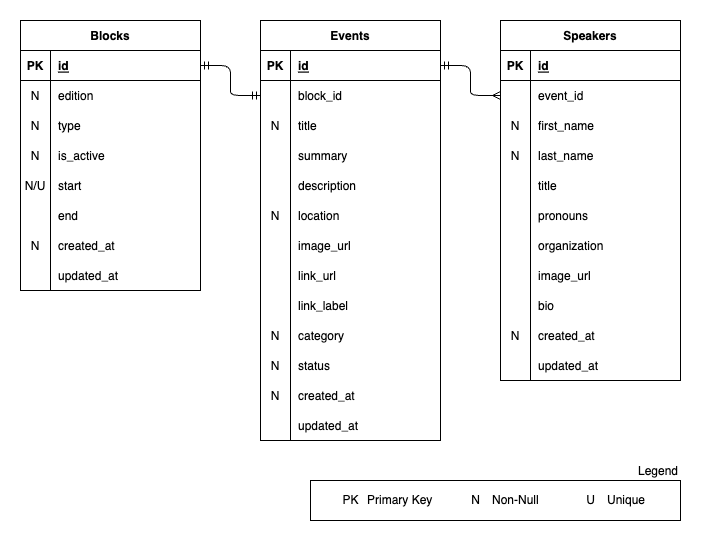
The draw.io diagram docs/FIG02_database.drawio.png in lloydrichards/proj_outlier-microfrontend, before a commit. Source tidied: cells renumbered, new cells last; positions are measured from the earlier drawing's top-left corner, leaving out a move shared by most shapes.
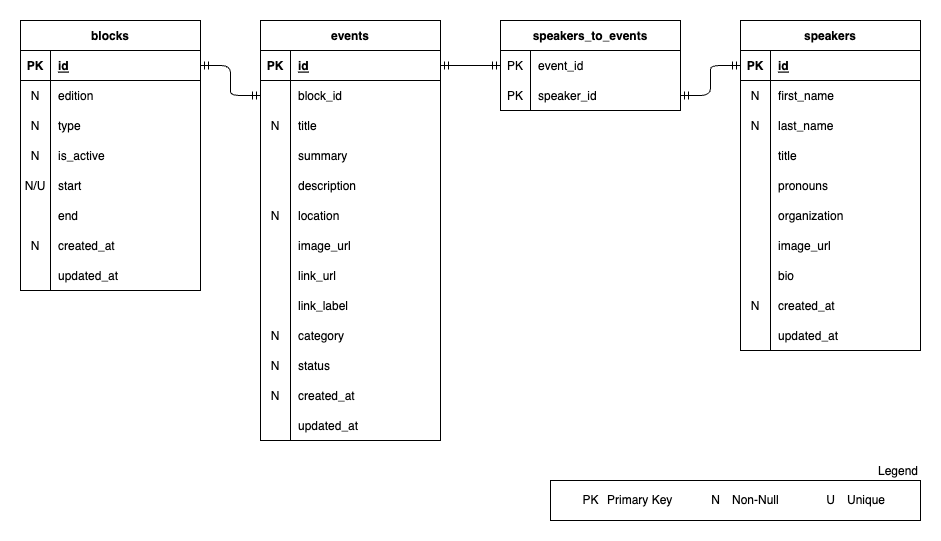
The same diagram one commit later.

Commit message:
docs(db): :memo: update database schema figure

Change to the diagram source:
```diff
@@ -3,9 +3,9 @@
     <mxCell id="0" />
     <mxCell id="1" parent="0" />
     <mxCell id="2" style="whiteSpace=wrap;html=1;strokeColor=none;" parent="1" vertex="1">
-      <mxGeometry width="700" height="540" as="geometry" />
+      <mxGeometry width="940" height="540" as="geometry" />
     </mxCell>
-    <mxCell id="3" value="Blocks" style="shape=table;startSize=30;rowLines=0;fontStyle=1;align=center;" parent="1" vertex="1">
+    <mxCell id="3" value="blocks" style="shape=table;startSize=30;rowLines=0;fontStyle=1;align=center;" parent="1" vertex="1">
       <mxGeometry x="20" y="20" width="180" height="270" as="geometry" />
     </mxCell>
     <mxCell id="4" style="shape=tableRow;horizontal=0;startSize=0;swimlaneHead=0;swimlaneBody=0;fillColor=none;points=[[0,0.5],[1,0.5]];portConstraint=eastwest;top=0;left=0;right=0;bottom=1;" parent="3" vertex="1">
@@ -80,7 +80,7 @@
     <mxCell id="27" value="updated_at" style="shape=partialRectangle;fillColor=none;top=0;left=0;bottom=0;right=0;align=left;spacingLeft=6;overflow=hidden;" parent="25" vertex="1">
       <mxGeometry x="30" width="150" height="30" as="geometry" />
     </mxCell>
-    <mxCell id="28" value="Events" style="shape=table;startSize=30;rowLines=0;fontStyle=1;align=center;" parent="1" vertex="1">
+    <mxCell id="28" value="events" style="shape=table;startSize=30;rowLines=0;fontStyle=1;align=center;" parent="1" vertex="1">
       <mxGeometry x="260" y="20" width="180" height="420" as="geometry" />
     </mxCell>
     <mxCell id="29" style="shape=tableRow;horizontal=0;startSize=0;swimlaneHead=0;swimlaneBody=0;fillColor=none;points=[[0,0.5],[1,0.5]];portConstraint=eastwest;top=0;left=0;right=0;bottom=1;" parent="28" vertex="1">
@@ -200,8 +200,8 @@
     <mxCell id="67" value="updated_at" style="shape=partialRectangle;fillColor=none;top=0;left=0;bottom=0;right=0;align=left;spacingLeft=6;overflow=hidden;" parent="65" vertex="1">
       <mxGeometry x="30" width="150" height="30" as="geometry" />
     </mxCell>
-    <mxCell id="68" value="Speakers" style="shape=table;startSize=30;rowLines=0;fontStyle=1;align=center;" parent="1" vertex="1">
-      <mxGeometry x="500" y="20" width="180" height="360" as="geometry" />
+    <mxCell id="68" value="speakers" style="shape=table;startSize=30;rowLines=0;fontStyle=1;align=center;" parent="1" vertex="1">
+      <mxGeometry x="740" y="20" width="180" height="330" as="geometry" />
     </mxCell>
     <mxCell id="69" style="shape=tableRow;horizontal=0;startSize=0;swimlaneHead=0;swimlaneBody=0;fillColor=none;points=[[0,0.5],[1,0.5]];portConstraint=eastwest;top=0;left=0;right=0;bottom=1;" parent="68" vertex="1">
       <mxGeometry y="30" width="180" height="30" as="geometry" />
@@ -212,17 +212,8 @@
     <mxCell id="71" value="id" style="shape=partialRectangle;fillColor=none;top=0;left=0;bottom=0;right=0;align=left;spacingLeft=6;fontStyle=5;overflow=hidden;" parent="69" vertex="1">
       <mxGeometry x="30" width="150" height="30" as="geometry" />
     </mxCell>
-    <mxCell id="72" style="shape=tableRow;horizontal=0;startSize=0;swimlaneHead=0;swimlaneBody=0;fillColor=none;points=[[0,0.5],[1,0.5]];portConstraint=eastwest;top=0;left=0;right=0;bottom=0;" parent="68" vertex="1">
-      <mxGeometry y="60" width="180" height="30" as="geometry" />
-    </mxCell>
-    <mxCell id="73" style="shape=partialRectangle;fillColor=none;top=0;left=0;bottom=0;right=0;overflow=hidden;" parent="72" vertex="1">
-      <mxGeometry width="30" height="30" as="geometry" />
-    </mxCell>
-    <mxCell id="74" value="event_id" style="shape=partialRectangle;fillColor=none;top=0;left=0;bottom=0;right=0;align=left;spacingLeft=6;overflow=hidden;" parent="72" vertex="1">
-      <mxGeometry x="30" width="150" height="30" as="geometry" />
-    </mxCell>
     <mxCell id="75" style="shape=tableRow;horizontal=0;startSize=0;swimlaneHead=0;swimlaneBody=0;fillColor=none;top=0;left=0;right=0;bottom=0;" parent="68" vertex="1">
-      <mxGeometry y="90" width="180" height="30" as="geometry" />
+      <mxGeometry y="60" width="180" height="30" as="geometry" />
     </mxCell>
     <mxCell id="76" value="N" style="shape=partialRectangle;fillColor=none;top=0;left=0;bottom=0;right=0;overflow=hidden;" parent="75" vertex="1">
       <mxGeometry width="30" height="30" as="geometry" />
@@ -231,7 +222,7 @@
       <mxGeometry x="30" width="150" height="30" as="geometry" />
     </mxCell>
     <mxCell id="78" style="shape=tableRow;horizontal=0;startSize=0;swimlaneHead=0;swimlaneBody=0;fillColor=none;top=0;left=0;right=0;bottom=0;" parent="68" vertex="1">
-      <mxGeometry y="120" width="180" height="30" as="geometry" />
+      <mxGeometry y="90" width="180" height="30" as="geometry" />
     </mxCell>
     <mxCell id="79" value="N" style="shape=partialRectangle;fillColor=none;top=0;left=0;bottom=0;right=0;overflow=hidden;" parent="78" vertex="1">
       <mxGeometry width="30" height="30" as="geometry" />
@@ -240,7 +231,7 @@
       <mxGeometry x="30" width="150" height="30" as="geometry" />
     </mxCell>
     <mxCell id="81" style="shape=tableRow;horizontal=0;startSize=0;swimlaneHead=0;swimlaneBody=0;fillColor=none;top=0;left=0;right=0;bottom=0;" parent="68" vertex="1">
-      <mxGeometry y="150" width="180" height="30" as="geometry" />
+      <mxGeometry y="120" width="180" height="30" as="geometry" />
     </mxCell>
     <mxCell id="82" style="shape=partialRectangle;fillColor=none;top=0;left=0;bottom=0;right=0;overflow=hidden;" parent="81" vertex="1">
       <mxGeometry width="30" height="30" as="geometry" />
@@ -249,7 +240,7 @@
       <mxGeometry x="30" width="150" height="30" as="geometry" />
     </mxCell>
     <mxCell id="84" style="shape=tableRow;horizontal=0;startSize=0;swimlaneHead=0;swimlaneBody=0;fillColor=none;top=0;left=0;right=0;bottom=0;" parent="68" vertex="1">
-      <mxGeometry y="180" width="180" height="30" as="geometry" />
+      <mxGeometry y="150" width="180" height="30" as="geometry" />
     </mxCell>
     <mxCell id="85" style="shape=partialRectangle;fillColor=none;top=0;left=0;bottom=0;right=0;overflow=hidden;" parent="84" vertex="1">
       <mxGeometry width="30" height="30" as="geometry" />
@@ -258,7 +249,7 @@
       <mxGeometry x="30" width="150" height="30" as="geometry" />
     </mxCell>
     <mxCell id="87" style="shape=tableRow;horizontal=0;startSize=0;swimlaneHead=0;swimlaneBody=0;fillColor=none;top=0;left=0;right=0;bottom=0;" parent="68" vertex="1">
-      <mxGeometry y="210" width="180" height="30" as="geometry" />
+      <mxGeometry y="180" width="180" height="30" as="geometry" />
     </mxCell>
     <mxCell id="88" style="shape=partialRectangle;fillColor=none;top=0;left=0;bottom=0;right=0;overflow=hidden;" parent="87" vertex="1">
       <mxGeometry width="30" height="30" as="geometry" />
@@ -267,7 +258,7 @@
       <mxGeometry x="30" width="150" height="30" as="geometry" />
     </mxCell>
     <mxCell id="90" style="shape=tableRow;horizontal=0;startSize=0;swimlaneHead=0;swimlaneBody=0;fillColor=none;top=0;left=0;right=0;bottom=0;" parent="68" vertex="1">
-      <mxGeometry y="240" width="180" height="30" as="geometry" />
+      <mxGeometry y="210" width="180" height="30" as="geometry" />
     </mxCell>
     <mxCell id="91" style="shape=partialRectangle;fillColor=none;top=0;left=0;bottom=0;right=0;overflow=hidden;" parent="90" vertex="1">
       <mxGeometry width="30" height="30" as="geometry" />
@@ -276,7 +267,7 @@
       <mxGeometry x="30" width="150" height="30" as="geometry" />
     </mxCell>
     <mxCell id="93" style="shape=tableRow;horizontal=0;startSize=0;swimlaneHead=0;swimlaneBody=0;fillColor=none;top=0;left=0;right=0;bottom=0;" parent="68" vertex="1">
-      <mxGeometry y="270" width="180" height="30" as="geometry" />
+      <mxGeometry y="240" width="180" height="30" as="geometry" />
     </mxCell>
     <mxCell id="94" style="shape=partialRectangle;fillColor=none;top=0;left=0;bottom=0;right=0;overflow=hidden;" parent="93" vertex="1">
       <mxGeometry width="30" height="30" as="geometry" />
@@ -285,7 +276,7 @@
       <mxGeometry x="30" width="150" height="30" as="geometry" />
     </mxCell>
     <mxCell id="96" style="shape=tableRow;horizontal=0;startSize=0;swimlaneHead=0;swimlaneBody=0;fillColor=none;top=0;left=0;right=0;bottom=0;" parent="68" vertex="1">
-      <mxGeometry y="300" width="180" height="30" as="geometry" />
+      <mxGeometry y="270" width="180" height="30" as="geometry" />
     </mxCell>
     <mxCell id="97" value="N" style="shape=partialRectangle;fillColor=none;top=0;left=0;bottom=0;right=0;overflow=hidden;" parent="96" vertex="1">
       <mxGeometry width="30" height="30" as="geometry" />
@@ -294,7 +285,7 @@
       <mxGeometry x="30" width="150" height="30" as="geometry" />
     </mxCell>
     <mxCell id="99" style="shape=tableRow;horizontal=0;startSize=0;swimlaneHead=0;swimlaneBody=0;fillColor=none;top=0;left=0;right=0;bottom=0;" parent="68" vertex="1">
-      <mxGeometry y="330" width="180" height="30" as="geometry" />
+      <mxGeometry y="300" width="180" height="30" as="geometry" />
     </mxCell>
     <mxCell id="100" style="shape=partialRectangle;fillColor=none;top=0;left=0;bottom=0;right=0;overflow=hidden;" parent="99" vertex="1">
       <mxGeometry width="30" height="30" as="geometry" />
@@ -305,11 +296,8 @@
     <mxCell id="102" style="edgeStyle=entityRelationEdgeStyle;fontSize=12;html=1;endArrow=ERmandOne;startArrow=ERmandOne;" parent="1" edge="1" source="4" target="32">
       <mxGeometry relative="1" as="geometry" />
     </mxCell>
-    <mxCell id="103" style="edgeStyle=entityRelationEdgeStyle;fontSize=12;html=1;endArrow=ERmany;startArrow=ERmandOne;endFill=0;" parent="1" edge="1" source="29" target="72">
-      <mxGeometry relative="1" as="geometry" />
-    </mxCell>
     <mxCell id="104" style="group;" parent="1" vertex="1">
-      <mxGeometry x="310" y="480" width="370" height="40" as="geometry" />
+      <mxGeometry x="550" y="480" width="370" height="40" as="geometry" />
     </mxCell>
     <mxCell id="105" value="Legend" style="whiteSpace=wrap;html=1;labelPosition=center;verticalLabelPosition=top;align=right;verticalAlign=bottom;" parent="104" vertex="1">
       <mxGeometry width="370" height="40" as="geometry" />
@@ -332,5 +320,32 @@
     <mxCell id="111" value="Unique" style="text;html=1;align=left;verticalAlign=middle;strokeColor=none;fillColor=none;" parent="104" vertex="1">
       <mxGeometry x="295" y="5" width="60" height="30" as="geometry" />
     </mxCell>
+    <mxCell id="112" value="speakers_to_events" style="shape=table;startSize=30;rowLines=0;fontStyle=1;align=center;" parent="1" vertex="1">
+      <mxGeometry x="500" y="20" width="180" height="90" as="geometry" />
+    </mxCell>
+    <mxCell id="113" style="shape=tableRow;horizontal=0;startSize=0;swimlaneHead=0;swimlaneBody=0;fillColor=none;points=[[0,0.5],[1,0.5]];portConstraint=eastwest;top=0;left=0;right=0;bottom=0;" parent="112" vertex="1">
+      <mxGeometry y="30" width="180" height="30" as="geometry" />
+    </mxCell>
+    <mxCell id="114" value="PK" style="shape=partialRectangle;fillColor=none;top=0;left=0;bottom=0;right=0;overflow=hidden;" parent="113" vertex="1">
+      <mxGeometry width="30" height="30" as="geometry" />
+    </mxCell>
+    <mxCell id="74" value="event_id" style="shape=partialRectangle;fillColor=none;top=0;left=0;bottom=0;right=0;align=left;spacingLeft=6;overflow=hidden;" parent="113" vertex="1">
+      <mxGeometry x="30" width="150" height="30" as="geometry" />
+    </mxCell>
+    <mxCell id="72" style="shape=tableRow;horizontal=0;startSize=0;swimlaneHead=0;swimlaneBody=0;fillColor=none;points=[[0,0.5],[1,0.5]];portConstraint=eastwest;top=0;left=0;right=0;bottom=0;" parent="112" vertex="1">
+      <mxGeometry y="60" width="180" height="30" as="geometry" />
+    </mxCell>
+    <mxCell id="115" value="PK" style="shape=partialRectangle;fillColor=none;top=0;left=0;bottom=0;right=0;overflow=hidden;" parent="72" vertex="1">
+      <mxGeometry width="30" height="30" as="geometry" />
+    </mxCell>
+    <mxCell id="116" value="speaker_id" style="shape=partialRectangle;fillColor=none;top=0;left=0;bottom=0;right=0;align=left;spacingLeft=6;overflow=hidden;" parent="72" vertex="1">
+      <mxGeometry x="30" width="150" height="30" as="geometry" />
+    </mxCell>
+    <mxCell id="117" style="edgeStyle=entityRelationEdgeStyle;fontSize=12;html=1;endArrow=ERmandOne;startArrow=ERmandOne;" parent="1" edge="1" source="29" target="113">
+      <mxGeometry relative="1" as="geometry" />
+    </mxCell>
+    <mxCell id="118" style="edgeStyle=entityRelationEdgeStyle;fontSize=12;html=1;endArrow=ERmandOne;startArrow=ERmandOne;" parent="1" edge="1" source="72" target="69">
+      <mxGeometry relative="1" as="geometry" />
+    </mxCell>
   </root>
 </mxGraphModel>
```
